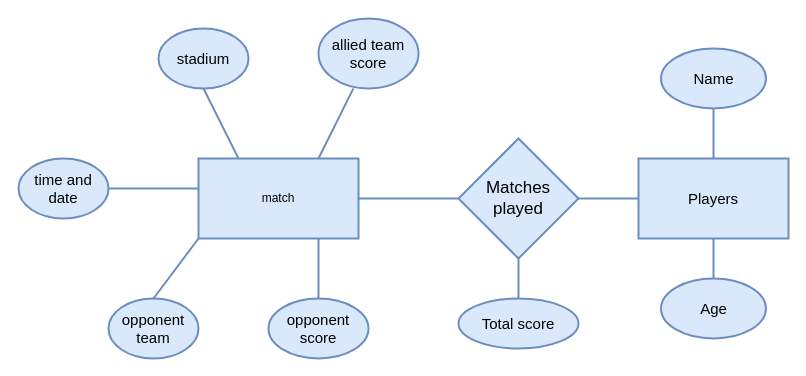
Above: Players.drawio in Spart-v6/diagram (draw.io), before the change. Source tidied: cells renumbered, new cells numbered last; positions are measured from the earlier drawing's top-left corner, leaving out a move shared by most shapes. Both pictures are drawn from the tidied source at 100%, with x=0, y=0 at pixel (18, 18).
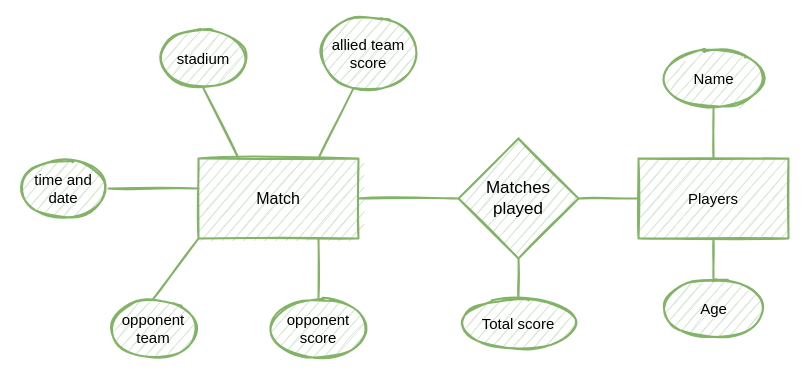
Above is the later version.

What changed in the source:
```diff
@@
-    <mxCell id="2" value="match" style="rounded=0;whiteSpace=wrap;html=1;strokeWidth=2;fillColor=#dae8fc;strokeColor=#6c8ebf;" parent="1" vertex="1">
+    <mxCell id="2" value="&lt;font style=&quot;font-size: 16px&quot;&gt;Match&lt;/font&gt;" style="rounded=0;whiteSpace=wrap;html=1;strokeWidth=2;fillColor=#d5e8d4;strokeColor=#82b366;sketch=1;" parent="1" vertex="1">
       <mxGeometry x="180" y="140" width="160" height="80" as="geometry" />
     </mxCell>
-    <mxCell id="3" value="&lt;font style=&quot;font-size: 15px&quot;&gt;allied team score&lt;/font&gt;" style="ellipse;whiteSpace=wrap;html=1;strokeWidth=2;fillColor=#dae8fc;strokeColor=#6c8ebf;" parent="1" vertex="1">
+    <mxCell id="3" value="&lt;font style=&quot;font-size: 15px&quot;&gt;allied team score&lt;/font&gt;" style="ellipse;whiteSpace=wrap;html=1;strokeWidth=2;fillColor=#d5e8d4;strokeColor=#82b366;sketch=1;" parent="1" vertex="1">
       <mxGeometry x="300" width="100" height="70" as="geometry" />
     </mxCell>
-    <mxCell id="4" value="&lt;font style=&quot;font-size: 15px&quot;&gt;stadium&lt;/font&gt;" style="ellipse;whiteSpace=wrap;html=1;strokeWidth=2;fillColor=#dae8fc;strokeColor=#6c8ebf;" parent="1" vertex="1">
+    <mxCell id="4" value="&lt;font style=&quot;font-size: 15px&quot;&gt;stadium&lt;/font&gt;" style="ellipse;whiteSpace=wrap;html=1;strokeWidth=2;fillColor=#d5e8d4;strokeColor=#82b366;sketch=1;" parent="1" vertex="1">
       <mxGeometry x="140" y="10" width="90" height="60" as="geometry" />
     </mxCell>
-    <mxCell id="5" value="&lt;font style=&quot;font-size: 15px&quot;&gt;time and date&lt;/font&gt;" style="ellipse;whiteSpace=wrap;html=1;strokeWidth=2;fillColor=#dae8fc;strokeColor=#6c8ebf;" parent="1" vertex="1">
+    <mxCell id="5" value="&lt;font style=&quot;font-size: 15px&quot;&gt;time and date&lt;/font&gt;" style="ellipse;whiteSpace=wrap;html=1;strokeWidth=2;fillColor=#d5e8d4;strokeColor=#82b366;sketch=1;" parent="1" vertex="1">
       <mxGeometry y="140" width="90" height="60" as="geometry" />
     </mxCell>
-    <mxCell id="6" value="&lt;font style=&quot;font-size: 15px&quot;&gt;opponent team&lt;/font&gt;" style="ellipse;whiteSpace=wrap;html=1;strokeWidth=2;fillColor=#dae8fc;strokeColor=#6c8ebf;" parent="1" vertex="1">
+    <mxCell id="6" value="&lt;font style=&quot;font-size: 15px&quot;&gt;opponent team&lt;/font&gt;" style="ellipse;whiteSpace=wrap;html=1;strokeWidth=2;fillColor=#d5e8d4;strokeColor=#82b366;sketch=1;" parent="1" vertex="1">
       <mxGeometry x="90" y="280" width="90" height="60" as="geometry" />
     </mxCell>
-    <mxCell id="7" value="&lt;font style=&quot;font-size: 15px&quot;&gt;opponent score&lt;/font&gt;" style="ellipse;whiteSpace=wrap;html=1;strokeWidth=2;fillColor=#dae8fc;strokeColor=#6c8ebf;" parent="1" vertex="1">
+    <mxCell id="7" value="&lt;font style=&quot;font-size: 15px&quot;&gt;opponent score&lt;/font&gt;" style="ellipse;whiteSpace=wrap;html=1;strokeWidth=2;fillColor=#d5e8d4;strokeColor=#82b366;sketch=1;" parent="1" vertex="1">
       <mxGeometry x="250" y="280" width="100" height="60" as="geometry" />
     </mxCell>
-    <mxCell id="8" value="&lt;font style=&quot;font-size: 17px&quot;&gt;Matches played&lt;/font&gt;" style="rhombus;whiteSpace=wrap;html=1;strokeWidth=2;fillColor=#dae8fc;strokeColor=#6c8ebf;" parent="1" vertex="1">
+    <mxCell id="8" value="&lt;font style=&quot;font-size: 17px&quot;&gt;Matches played&lt;/font&gt;" style="rhombus;whiteSpace=wrap;html=1;strokeWidth=2;fillColor=#d5e8d4;strokeColor=#82b366;sketch=1;" parent="1" vertex="1">
       <mxGeometry x="440" y="120" width="120" height="120" as="geometry" />
     </mxCell>
-    <mxCell id="9" value="&lt;font style=&quot;font-size: 15px&quot;&gt;Total score&lt;/font&gt;" style="ellipse;whiteSpace=wrap;html=1;strokeWidth=2;fillColor=#dae8fc;strokeColor=#6c8ebf;" parent="1" vertex="1">
+    <mxCell id="9" value="&lt;font style=&quot;font-size: 15px&quot;&gt;Total score&lt;/font&gt;" style="ellipse;whiteSpace=wrap;html=1;strokeWidth=2;fillColor=#d5e8d4;strokeColor=#82b366;sketch=1;" parent="1" vertex="1">
       <mxGeometry x="440" y="280" width="120" height="50" as="geometry" />
     </mxCell>
-    <mxCell id="10" value="&lt;font style=&quot;font-size: 15px&quot;&gt;Players&lt;/font&gt;" style="rounded=0;whiteSpace=wrap;html=1;strokeWidth=2;fillColor=#dae8fc;strokeColor=#6c8ebf;" parent="1" vertex="1">
+    <mxCell id="10" value="&lt;font style=&quot;font-size: 15px&quot;&gt;Players&lt;/font&gt;" style="rounded=0;whiteSpace=wrap;html=1;strokeWidth=2;fillColor=#d5e8d4;strokeColor=#82b366;sketch=1;" parent="1" vertex="1">
       <mxGeometry x="620" y="140" width="150" height="80" as="geometry" />
     </mxCell>
-    <mxCell id="11" value="&lt;font style=&quot;font-size: 15px&quot;&gt;Name&lt;/font&gt;" style="ellipse;whiteSpace=wrap;html=1;strokeWidth=2;fillColor=#dae8fc;strokeColor=#6c8ebf;" parent="1" vertex="1">
+    <mxCell id="11" value="&lt;font style=&quot;font-size: 15px&quot;&gt;Name&lt;/font&gt;" style="ellipse;whiteSpace=wrap;html=1;strokeWidth=2;fillColor=#d5e8d4;strokeColor=#82b366;sketch=1;" parent="1" vertex="1">
       <mxGeometry x="642.5" y="30" width="105" height="60" as="geometry" />
     </mxCell>
-    <mxCell id="12" value="&lt;font style=&quot;font-size: 15px&quot;&gt;Age&lt;/font&gt;" style="ellipse;whiteSpace=wrap;html=1;strokeWidth=2;fillColor=#dae8fc;strokeColor=#6c8ebf;" parent="1" vertex="1">
+    <mxCell id="12" value="&lt;font style=&quot;font-size: 15px&quot;&gt;Age&lt;/font&gt;" style="ellipse;whiteSpace=wrap;html=1;strokeWidth=2;fillColor=#d5e8d4;strokeColor=#82b366;sketch=1;" parent="1" vertex="1">
       <mxGeometry x="642.5" y="260" width="105" height="60" as="geometry" />
     </mxCell>
-    <mxCell id="13" style="endArrow=none;html=1;exitX=0.5;exitY=0;exitDx=0;exitDy=0;entryX=0;entryY=1;entryDx=0;entryDy=0;strokeWidth=2;fillColor=#dae8fc;strokeColor=#6c8ebf;" parent="1" edge="1" source="6" target="2">
+    <mxCell id="13" style="endArrow=none;html=1;exitX=0.5;exitY=0;exitDx=0;exitDy=0;entryX=0;entryY=1;entryDx=0;entryDy=0;strokeWidth=2;fillColor=#d5e8d4;strokeColor=#82b366;sketch=1;" parent="1" edge="1" source="6" target="2">
       <mxGeometry relative="1" as="geometry" />
     </mxCell>
-    <mxCell id="14" style="endArrow=none;html=1;entryX=0.5;entryY=0;entryDx=0;entryDy=0;strokeWidth=2;fillColor=#dae8fc;strokeColor=#6c8ebf;" parent="1" edge="1" target="7">
+    <mxCell id="14" style="endArrow=none;html=1;entryX=0.5;entryY=0;entryDx=0;entryDy=0;strokeWidth=2;fillColor=#d5e8d4;strokeColor=#82b366;sketch=1;" parent="1" edge="1" target="7">
       <mxGeometry relative="1" as="geometry">
         <mxPoint x="300" y="220" as="sourcePoint" />
       </mxGeometry>
     </mxCell>
-    <mxCell id="15" style="endArrow=none;html=1;strokeWidth=2;fillColor=#dae8fc;strokeColor=#6c8ebf;" parent="1" edge="1" source="5">
+    <mxCell id="15" style="endArrow=none;html=1;strokeWidth=2;fillColor=#d5e8d4;strokeColor=#82b366;sketch=1;" parent="1" edge="1" source="5">
       <mxGeometry relative="1" as="geometry">
         <mxPoint x="180" y="170" as="targetPoint" />
       </mxGeometry>
     </mxCell>
-    <mxCell id="16" style="endArrow=none;html=1;exitX=0.75;exitY=0;exitDx=0;exitDy=0;entryX=0.349;entryY=0.998;entryDx=0;entryDy=0;entryPerimeter=0;strokeWidth=2;fillColor=#dae8fc;strokeColor=#6c8ebf;" parent="1" edge="1" source="2" target="3">
+    <mxCell id="16" style="endArrow=none;html=1;exitX=0.75;exitY=0;exitDx=0;exitDy=0;entryX=0.349;entryY=0.998;entryDx=0;entryDy=0;entryPerimeter=0;strokeWidth=2;fillColor=#d5e8d4;strokeColor=#82b366;sketch=1;" parent="1" edge="1" source="2" target="3">
       <mxGeometry relative="1" as="geometry" />
     </mxCell>
-    <mxCell id="17" style="endArrow=none;html=1;exitX=0.25;exitY=0;exitDx=0;exitDy=0;entryX=0.5;entryY=1;entryDx=0;entryDy=0;strokeWidth=2;fillColor=#dae8fc;strokeColor=#6c8ebf;" parent="1" edge="1" source="2" target="4">
+    <mxCell id="17" style="endArrow=none;html=1;exitX=0.25;exitY=0;exitDx=0;exitDy=0;entryX=0.5;entryY=1;entryDx=0;entryDy=0;strokeWidth=2;fillColor=#d5e8d4;strokeColor=#82b366;sketch=1;" parent="1" edge="1" source="2" target="4">
       <mxGeometry relative="1" as="geometry" />
     </mxCell>
-    <mxCell id="18" style="endArrow=none;html=1;exitX=1;exitY=0.5;exitDx=0;exitDy=0;entryX=0;entryY=0.5;entryDx=0;entryDy=0;strokeWidth=2;fillColor=#dae8fc;strokeColor=#6c8ebf;" parent="1" edge="1" source="2" target="8">
+    <mxCell id="18" style="endArrow=none;html=1;exitX=1;exitY=0.5;exitDx=0;exitDy=0;entryX=0;entryY=0.5;entryDx=0;entryDy=0;strokeWidth=2;fillColor=#d5e8d4;strokeColor=#82b366;sketch=1;" parent="1" edge="1" source="2" target="8">
       <mxGeometry relative="1" as="geometry" />
     </mxCell>
-    <mxCell id="19" style="endArrow=none;html=1;exitX=0.5;exitY=0;exitDx=0;exitDy=0;entryX=0.5;entryY=1;entryDx=0;entryDy=0;strokeWidth=2;fillColor=#dae8fc;strokeColor=#6c8ebf;" parent="1" edge="1" source="9" target="8">
+    <mxCell id="19" style="endArrow=none;html=1;exitX=0.5;exitY=0;exitDx=0;exitDy=0;entryX=0.5;entryY=1;entryDx=0;entryDy=0;strokeWidth=2;fillColor=#d5e8d4;strokeColor=#82b366;sketch=1;" parent="1" edge="1" source="9" target="8">
       <mxGeometry relative="1" as="geometry" />
     </mxCell>
-    <mxCell id="20" style="endArrow=none;html=1;exitX=1;exitY=0.5;exitDx=0;exitDy=0;entryX=0;entryY=0.5;entryDx=0;entryDy=0;strokeWidth=2;fillColor=#dae8fc;strokeColor=#6c8ebf;" parent="1" edge="1" source="8" target="10">
+    <mxCell id="20" style="endArrow=none;html=1;exitX=1;exitY=0.5;exitDx=0;exitDy=0;entryX=0;entryY=0.5;entryDx=0;entryDy=0;strokeWidth=2;fillColor=#d5e8d4;strokeColor=#82b366;sketch=1;" parent="1" edge="1" source="8" target="10">
       <mxGeometry relative="1" as="geometry" />
     </mxCell>
-    <mxCell id="21" style="endArrow=none;html=1;entryX=0.5;entryY=1;entryDx=0;entryDy=0;exitX=0.5;exitY=0;exitDx=0;exitDy=0;strokeWidth=2;fillColor=#dae8fc;strokeColor=#6c8ebf;" parent="1" edge="1" source="10" target="11">
+    <mxCell id="21" style="endArrow=none;html=1;entryX=0.5;entryY=1;entryDx=0;entryDy=0;exitX=0.5;exitY=0;exitDx=0;exitDy=0;strokeWidth=2;fillColor=#d5e8d4;strokeColor=#82b366;sketch=1;" parent="1" edge="1" source="10" target="11">
       <mxGeometry relative="1" as="geometry" />
     </mxCell>
-    <mxCell id="22" style="endArrow=none;html=1;exitX=0.5;exitY=0;exitDx=0;exitDy=0;entryX=0.5;entryY=1;entryDx=0;entryDy=0;strokeWidth=2;fillColor=#dae8fc;strokeColor=#6c8ebf;" parent="1" edge="1" source="12" target="10">
+    <mxCell id="22" style="endArrow=none;html=1;exitX=0.5;exitY=0;exitDx=0;exitDy=0;entryX=0.5;entryY=1;entryDx=0;entryDy=0;strokeWidth=2;fillColor=#d5e8d4;strokeColor=#82b366;sketch=1;" parent="1" edge="1" source="12" target="10">
       <mxGeometry relative="1" as="geometry" />
     </mxCell>
```
